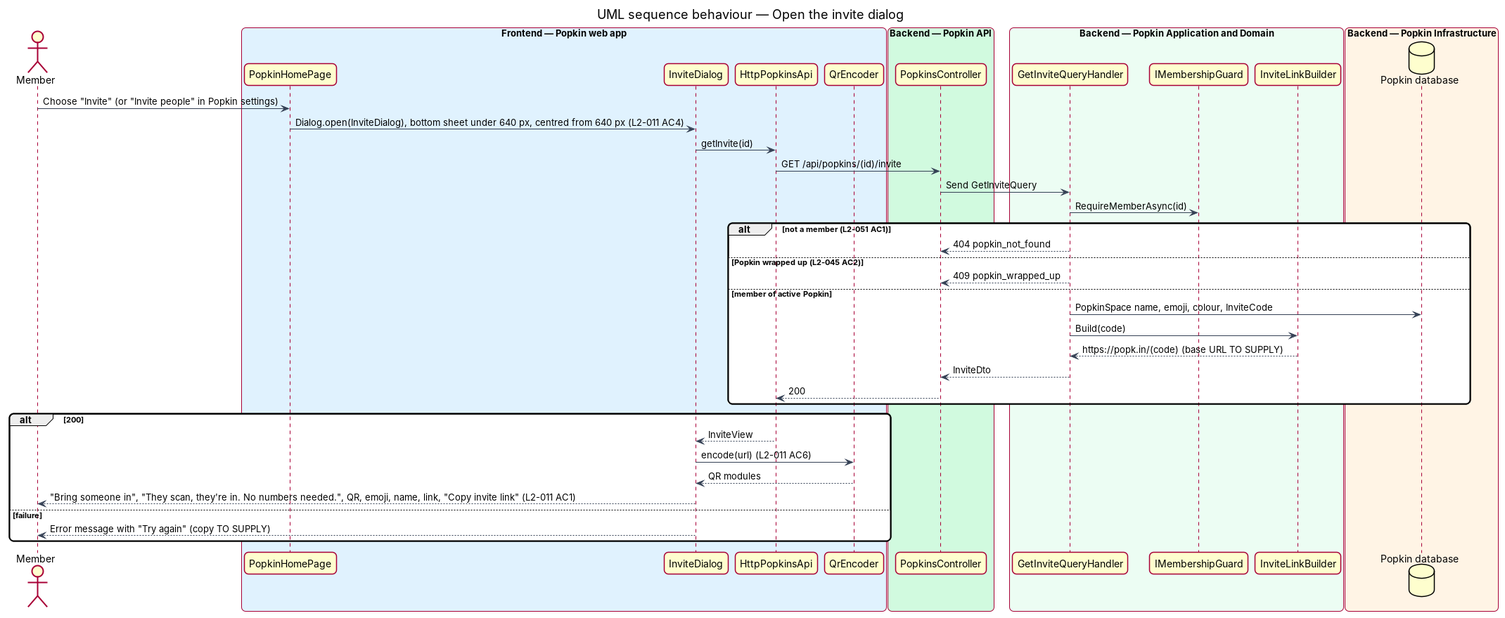
Above: docs/detailed-designs/invitations/invite-people/diagrams/sequence-open-invite.png in QuinntyneBrown/popkin (PlantUML), before the change. Its source is kept beside it as docs/detailed-designs/invitations/invite-people/diagrams/sequence-open-invite.puml.
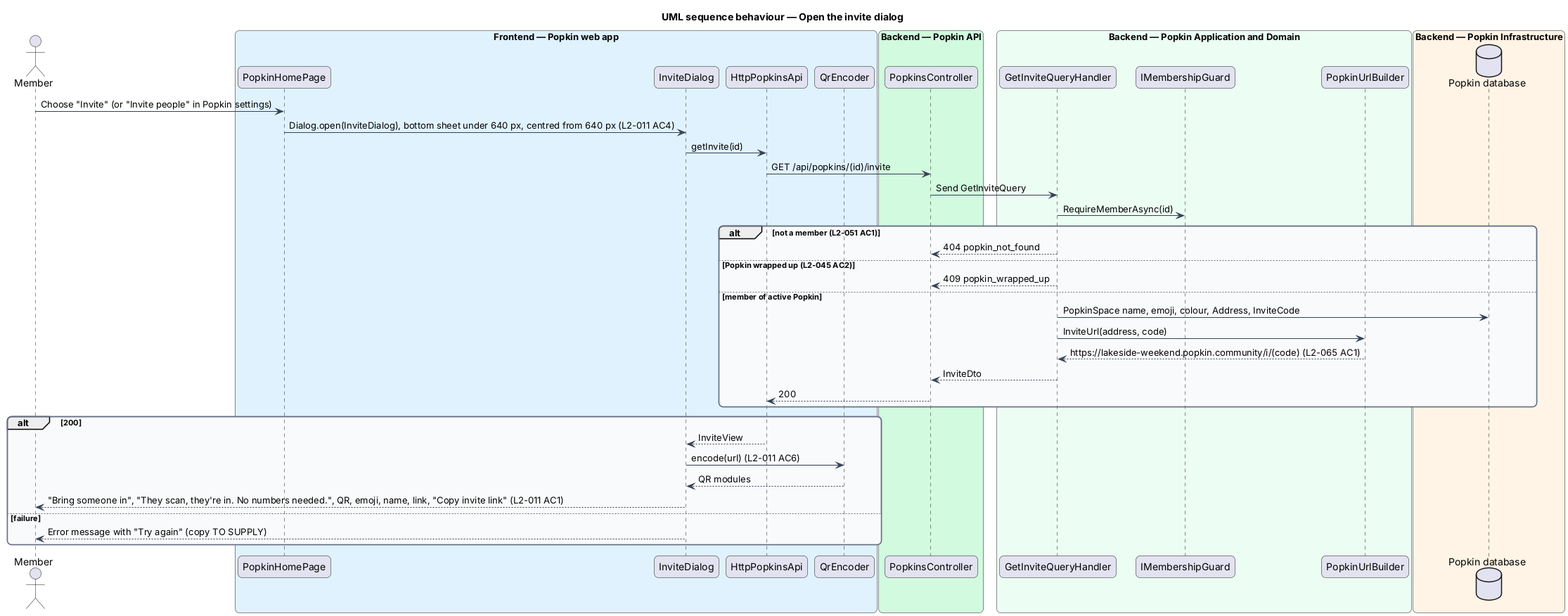
Above is the later version.

What changed in the source:
```diff
@@ -27,7 +27,7 @@
 box "Backend — Popkin Application and Domain" #ECFDF3
   participant "GetInviteQueryHandler" as handler
   participant "IMembershipGuard" as guard
-  participant "InviteLinkBuilder" as link
+  participant "PopkinUrlBuilder" as link
 end box
 box "Backend — Popkin Infrastructure" #FFF4E5
   database "Popkin database" as db
@@ -43,9 +43,9 @@
 else Popkin wrapped up (L2-045 AC2)
   handler --> ctrl : 409 popkin_wrapped_up
 else member of active Popkin
-  handler -> db : PopkinSpace name, emoji, colour, InviteCode
-  handler -> link : Build(code)
-  link --> handler : https://popk.in/(code) (base URL TO SUPPLY)
+  handler -> db : PopkinSpace name, emoji, colour, Address, InviteCode
+  handler -> link : InviteUrl(address, code)
+  link --> handler : https://lakeside-weekend.popkin.community/i/(code) (L2-065 AC1)
   handler --> ctrl : InviteDto
   ctrl --> client : 200
 end
```
